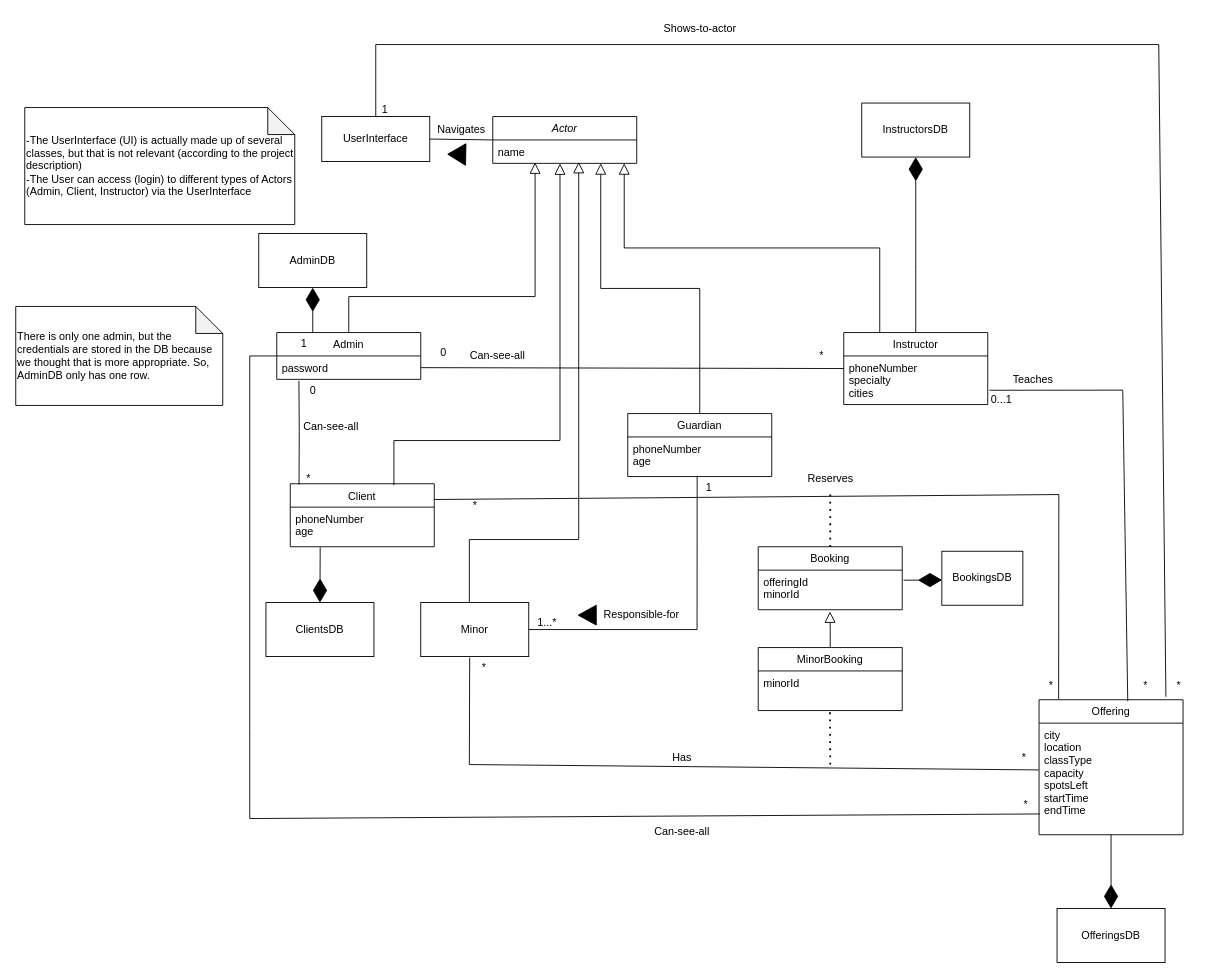
Earlier version of the draw.io diagram Artifacts/DrawIO Files/Domain Model.drawio (aleckira/SOEN_342_PROJECT). Source tidied: cells renumbered, new cells numbered last; positions are measured from the earlier drawing's top-left corner, leaving out a move shared by most shapes. Both pictures are drawn from the tidied source at 90%, with x=0, y=0 at pixel (15, 15).
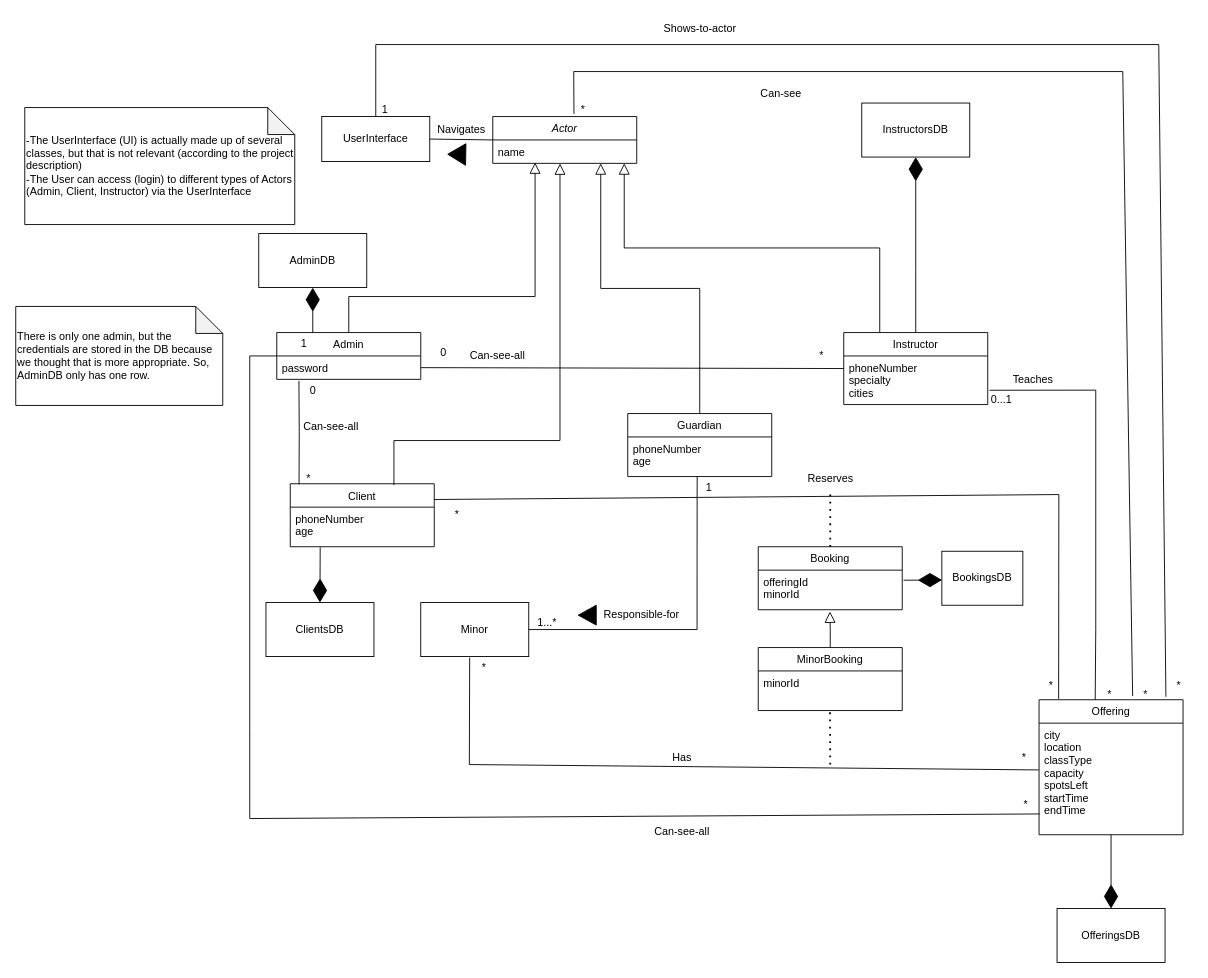
The same page after the edit.

Unchanged cells that the change refers to:
```xml
<mxCell id="2" value="Actor" style="swimlane;fontStyle=2;align=center;verticalAlign=top;horizontal=1;startSize=26;rounded=0;shadow=0;strokeWidth=1;" parent="1" vertex="1">
  <mxGeometry x="530" y="112" width="160" height="52" as="geometry" />
</mxCell>
<mxCell id="3" value="name" style="text;align=left;verticalAlign=top;spacingLeft=4;spacingRight=4;overflow=hidden;points=[[0,0.5],[1,0.5]];portConstraint=eastwest;" parent="2" vertex="1">
  <mxGeometry y="26" width="160" height="26" as="geometry" />
</mxCell>
<mxCell id="10" value="Offering" style="swimlane;fontStyle=0;align=center;verticalAlign=top;horizontal=1;startSize=26;rounded=0;shadow=0;strokeWidth=1;" parent="1" vertex="1">
  <mxGeometry x="1137" y="760" width="160" height="150" as="geometry" />
</mxCell>
<mxCell id="16" value="phoneNumber&#10;specialty&#10;cities&#10;" style="text;align=left;verticalAlign=top;spacingLeft=4;spacingRight=4;overflow=hidden;points=[[0,0.5],[1,0.5]];portConstraint=eastwest;" parent="15" vertex="1">
  <mxGeometry y="26" width="160" height="54" as="geometry" />
</mxCell>
```

Change to the diagram source:
```diff
@@
-    <mxCell id="17" style="endArrow=none;html=1;rounded=0;exitX=0.616;exitY=0.011;exitDx=0;exitDy=0;entryX=1.012;entryY=0.706;entryDx=0;entryDy=0;entryPerimeter=0;exitPerimeter=0;" parent="1" edge="1" source="10" target="16">
+    <mxCell id="17" style="endArrow=none;html=1;rounded=0;entryX=1.012;entryY=0.706;entryDx=0;entryDy=0;entryPerimeter=0;exitX=-0.02;exitY=0.667;exitDx=0;exitDy=0;exitPerimeter=0;" parent="1" edge="1" source="77" target="16">
       <mxGeometry relative="1" as="geometry">
         <Array as="points">
-          <mxPoint x="1230" y="416" />
+          <mxPoint x="1200" y="682" />
+          <mxPoint x="1200" y="416" />
         </Array>
       </mxGeometry>
     </mxCell>
     <mxCell id="18" value="*" style="text;html=1;align=center;verticalAlign=middle;strokeColor=none;fillColor=none;" parent="1" vertex="1">
-      <mxGeometry x="1240" y="730" width="30" height="30" as="geometry" />
+      <mxGeometry x="1240" y="740" width="30" height="30" as="geometry" />
     </mxCell>
@@
     <mxCell id="45" value="*" style="text;html=1;align=center;verticalAlign=middle;strokeColor=none;fillColor=none;" parent="1" vertex="1">
-      <mxGeometry x="495" y="530" width="30" height="30" as="geometry" />
+      <mxGeometry x="475" y="540" width="30" height="30" as="geometry" />
     </mxCell>
@@
-    <mxCell id="62" style="endArrow=block;endSize=10;endFill=0;shadow=0;strokeWidth=1;rounded=0;curved=0;edgeStyle=elbowEdgeStyle;elbow=vertical;entryX=0.597;entryY=0.942;entryDx=0;entryDy=0;entryPerimeter=0;exitX=0.72;exitY=0.023;exitDx=0;exitDy=0;exitPerimeter=0;" parent="1" edge="1" target="3">
-      <mxGeometry relative="1" as="geometry">
-        <mxPoint x="504" y="652" as="sourcePoint" />
-        <Array as="points">
-          <mxPoint x="610" y="582" />
-        </Array>
-      </mxGeometry>
-    </mxCell>
@@
+    <mxCell id="76" style="endArrow=none;html=1;rounded=0;entryX=0.65;entryY=-0.027;entryDx=0;entryDy=0;entryPerimeter=0;exitX=0.564;exitY=-0.057;exitDx=0;exitDy=0;exitPerimeter=0;" parent="1" edge="1" source="2" target="10">
+      <mxGeometry relative="1" as="geometry">
+        <Array as="points">
+          <mxPoint x="620" y="62" />
+          <mxPoint x="1230" y="62" />
+        </Array>
+      </mxGeometry>
+    </mxCell>
+    <mxCell id="77" value="*" style="text;html=1;align=center;verticalAlign=middle;points=[];strokeColor=none;fillColor=none;" parent="1" vertex="1">
+      <mxGeometry x="1200" y="740" width="30" height="30" as="geometry" />
+    </mxCell>
+    <mxCell id="78" value="Can-see" style="text;html=1;align=center;verticalAlign=middle;strokeColor=none;fillColor=none;" parent="1" vertex="1">
+      <mxGeometry x="815" y="72" width="70" height="30" as="geometry" />
+    </mxCell>
+    <mxCell id="79" value="*" style="text;html=1;align=center;verticalAlign=middle;strokeColor=none;fillColor=none;" parent="1" vertex="1">
+      <mxGeometry x="615" y="90" width="30" height="30" as="geometry" />
+    </mxCell>
```
